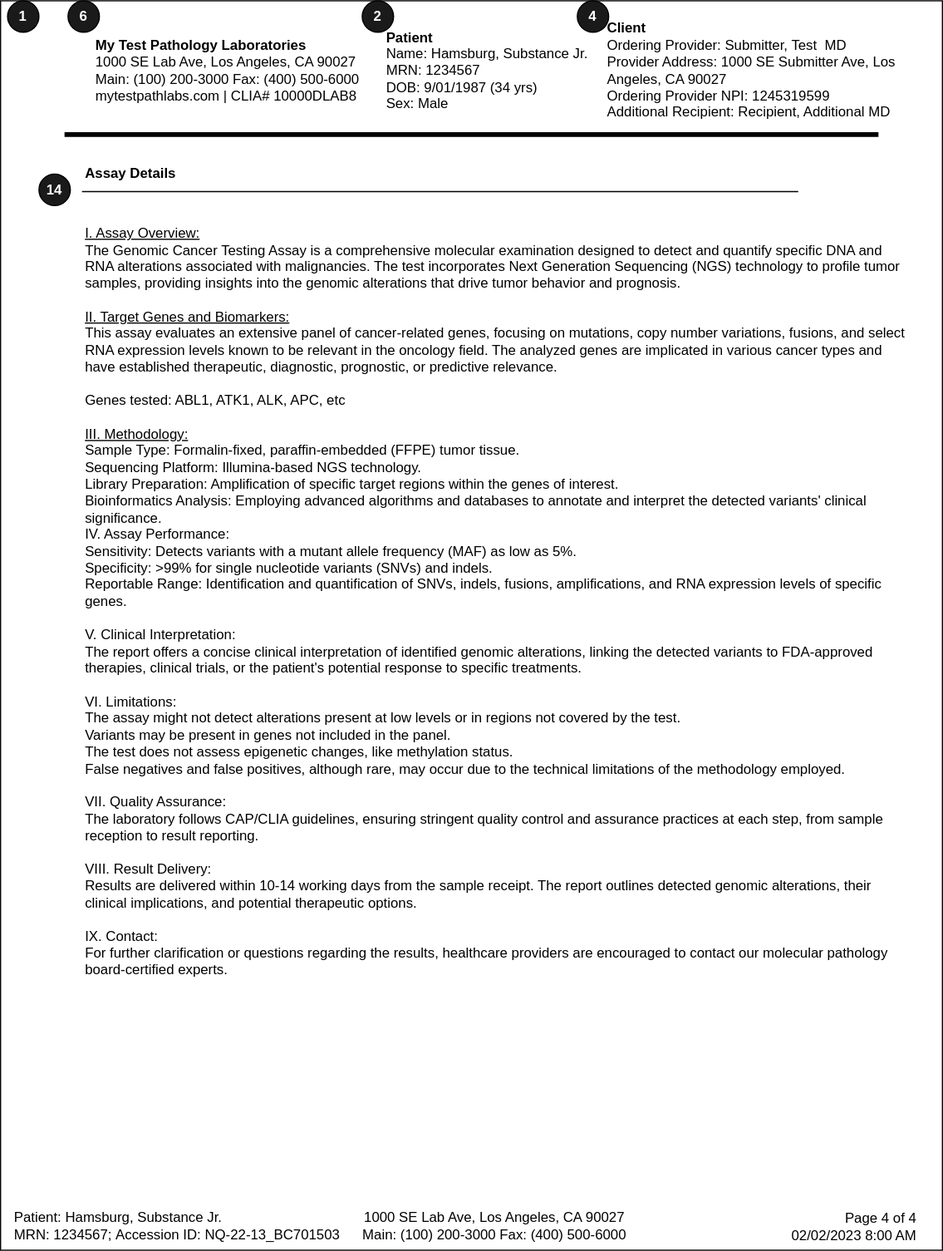
Above: input/images/Report_Page4.svg in HL7/genomics-reporting (draw.io), before the change. Source tidied: cells renumbered, new cells last; positions are measured from the earlier drawing's top-left corner, leaving out a move shared by most shapes.
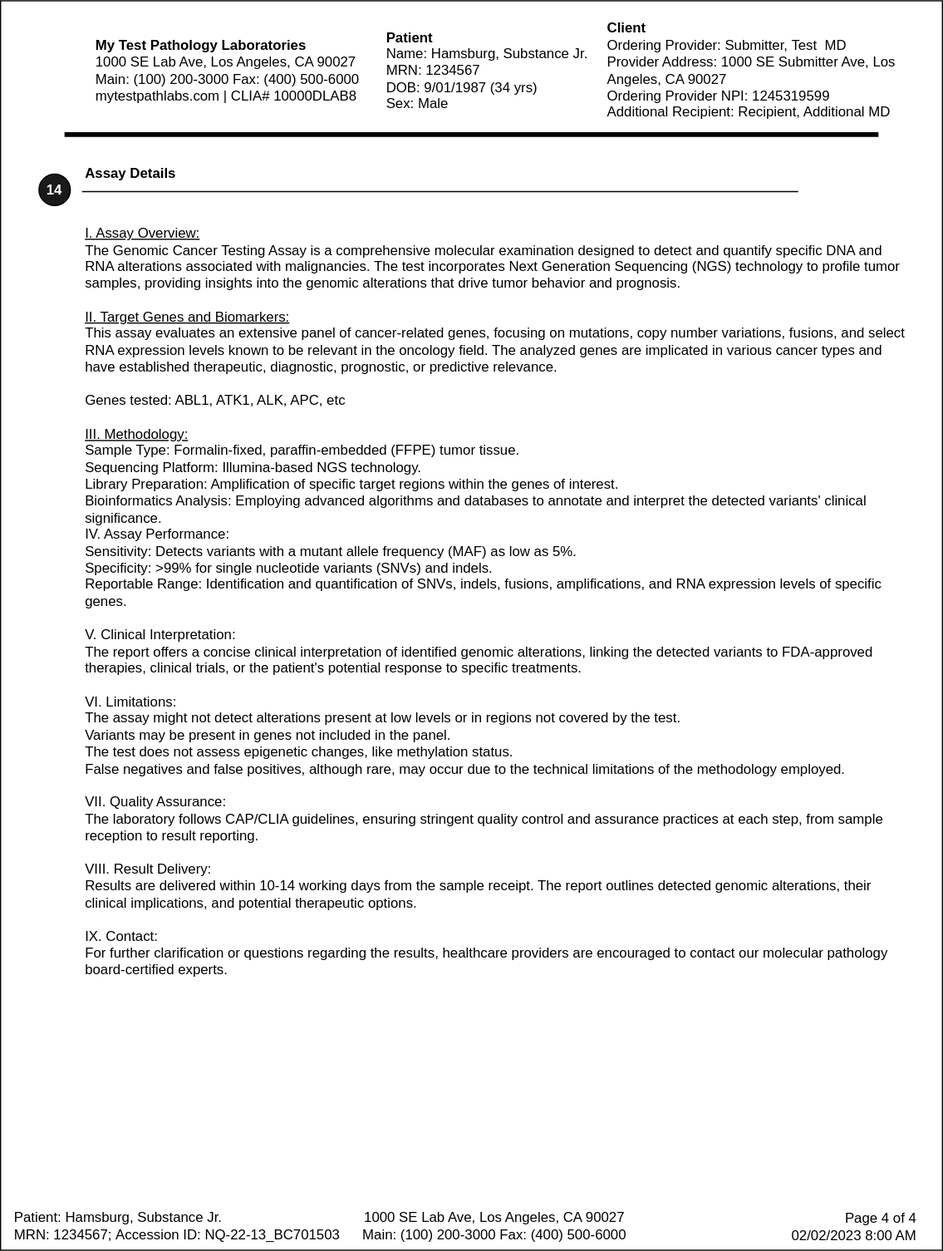
The same file after the commit.

Commit message:
Updates to somatic page

Change to the diagram source:
```diff
@@ -38,18 +38,6 @@
     <mxCell id="12" value="&lt;b&gt;Client&lt;br&gt;&lt;/b&gt;Ordering Provider: Submitter, Test&amp;nbsp; MD&lt;br style=&quot;border-color: var(--border-color);&quot;&gt;Provider Address: 1000 SE Submitter Ave, Los Angeles, CA 90027&lt;br&gt;Ordering Provider NPI: 1245319599&lt;br&gt;Additional Recipient: Recipient, Additional MD" style="text;html=1;strokeColor=none;fillColor=none;align=left;verticalAlign=middle;whiteSpace=wrap;rounded=0;" parent="1" vertex="1">
       <mxGeometry x="520" y="20" width="290" height="80" as="geometry" />
     </mxCell>
-    <mxCell id="13" value="&lt;font color=&quot;#ffffff&quot; style=&quot;font-size: 12px;&quot;&gt;&lt;b&gt;2&lt;/b&gt;&lt;/font&gt;" style="ellipse;whiteSpace=wrap;html=1;fillColor=#1A1A1A;direction=south;" parent="1" vertex="1">
-      <mxGeometry x="311" width="27" height="27" as="geometry" />
-    </mxCell>
-    <mxCell id="14" value="&lt;font color=&quot;#ffffff&quot; style=&quot;font-size: 12px;&quot;&gt;&lt;b&gt;1&lt;/b&gt;&lt;/font&gt;" style="ellipse;whiteSpace=wrap;html=1;fillColor=#1A1A1A;direction=south;" parent="1" vertex="1">
-      <mxGeometry x="6" width="27" height="27" as="geometry" />
-    </mxCell>
-    <mxCell id="15" value="&lt;font color=&quot;#ffffff&quot; style=&quot;font-size: 12px;&quot;&gt;&lt;b&gt;6&lt;/b&gt;&lt;/font&gt;" style="ellipse;whiteSpace=wrap;html=1;fillColor=#1A1A1A;direction=south;" parent="1" vertex="1">
-      <mxGeometry x="58" width="27" height="27" as="geometry" />
-    </mxCell>
-    <mxCell id="16" value="&lt;font color=&quot;#ffffff&quot; style=&quot;font-size: 12px;&quot;&gt;&lt;b&gt;4&lt;/b&gt;&lt;/font&gt;" style="ellipse;whiteSpace=wrap;html=1;fillColor=#1A1A1A;direction=south;" parent="1" vertex="1">
-      <mxGeometry x="496" width="27" height="27" as="geometry" />
-    </mxCell>
     <mxCell id="17" value="&lt;font color=&quot;#ffffff&quot; style=&quot;font-size: 12px;&quot;&gt;&lt;b&gt;14&lt;/b&gt;&lt;/font&gt;" style="ellipse;whiteSpace=wrap;html=1;fillColor=#1A1A1A;direction=south;" parent="1" vertex="1">
       <mxGeometry x="33" y="149" width="27" height="27" as="geometry" />
     </mxCell>
```
